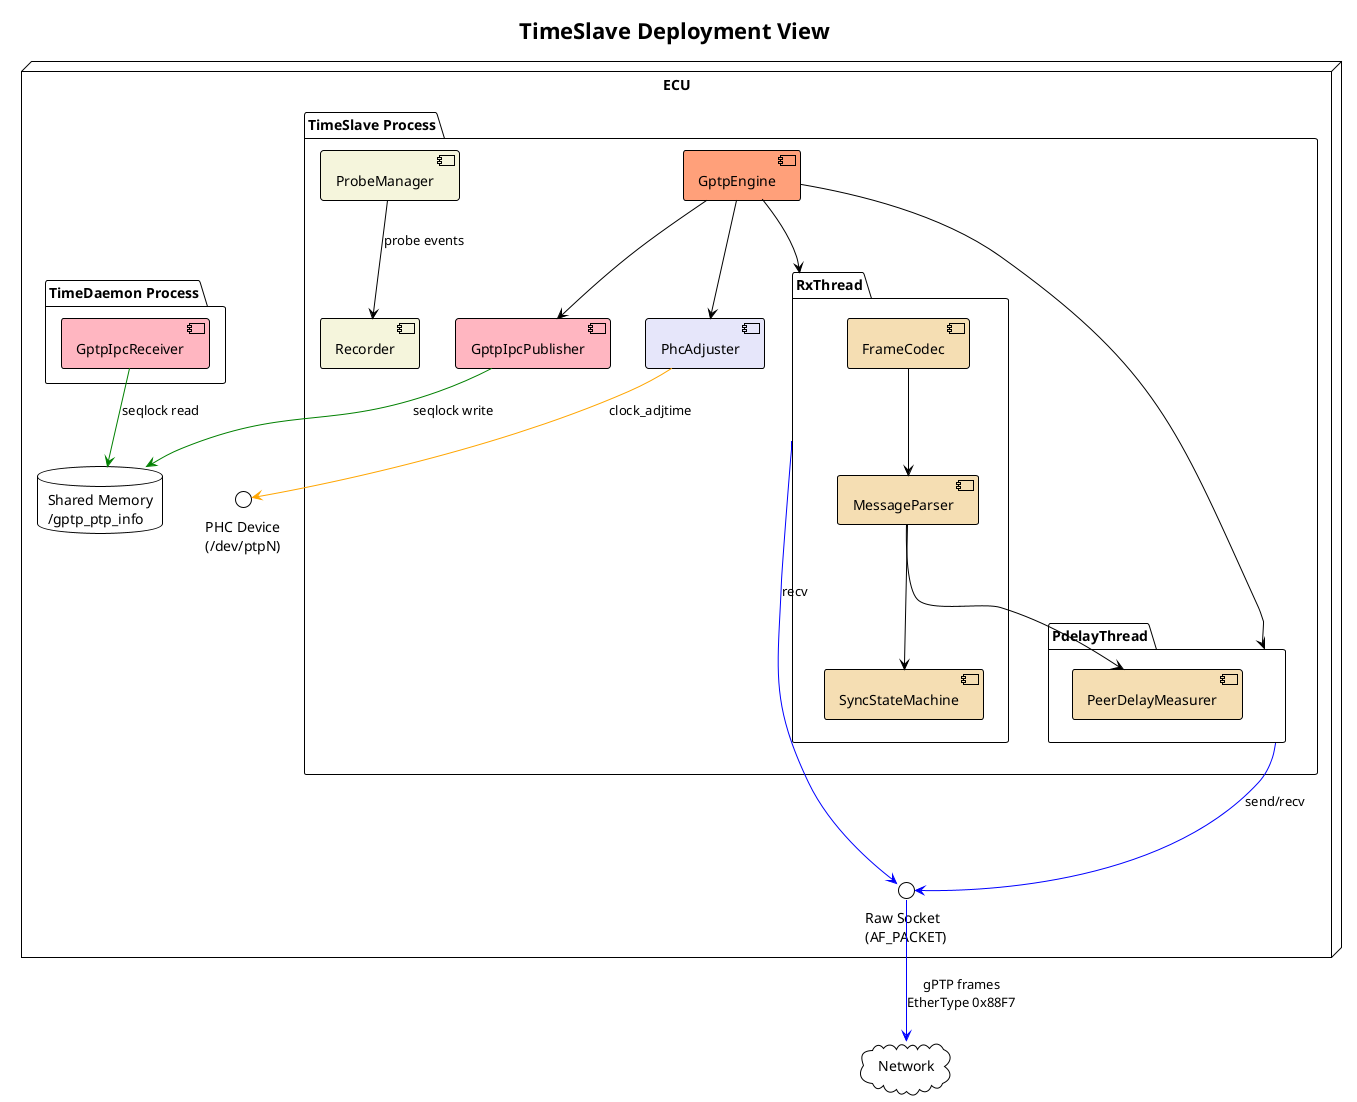
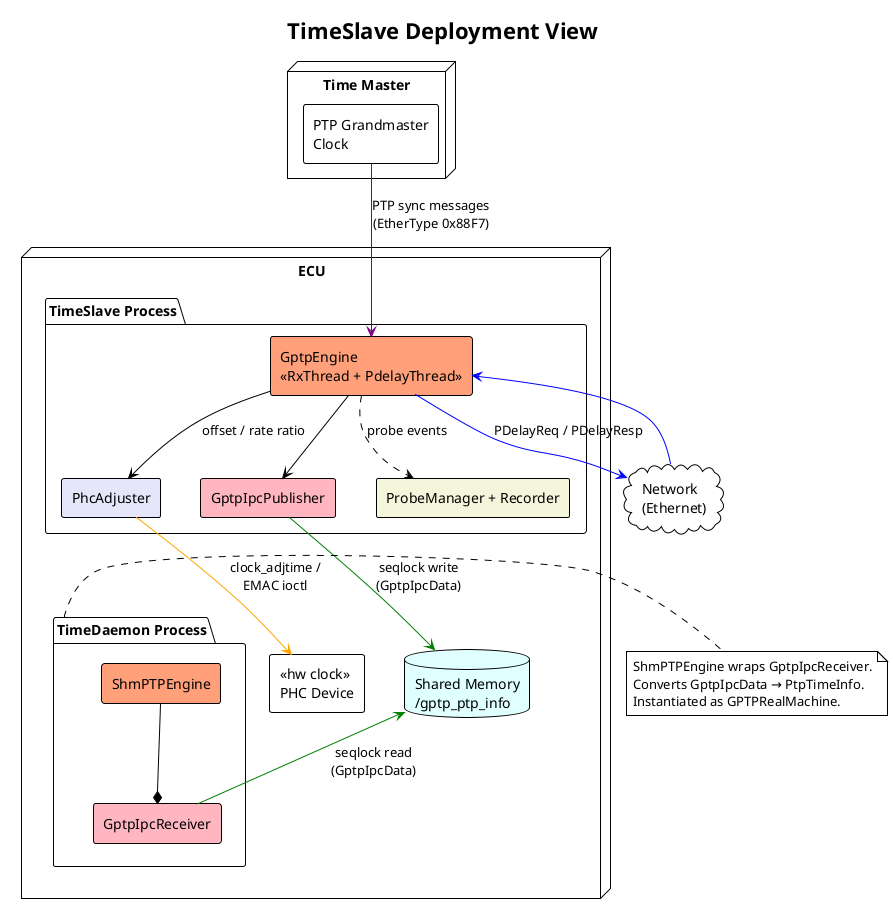
@startuml
!theme plain
+ skinparam nodesep 40
+ skinparam ranksep 50
+ skinparam componentStyle rectangle

title TimeSlave Deployment View

- node "ECU" {
+ node "Time Master" as TM {
+     component [PTP Grandmaster\nClock] as GMC
+ }
+ 
+ node "ECU" as ECU {
+ 
    package "TimeSlave Process" as TSP {
-         component [GptpEngine] as GE #LightSalmon
+         component [GptpEngine\n«RxThread + PdelayThread»] as GE #LightSalmon
+         component [PhcAdjuster] as PHC #Lavender
        component [GptpIpcPublisher] as PUB #LightPink
- 
-         package "RxThread" as RXT {
-             component [FrameCodec] as FC #Wheat
-             component [MessageParser] as MP #Wheat
-             component [SyncStateMachine] as SSM #Wheat
-         }
- 
-         package "PdelayThread" as PDT {
-             component [PeerDelayMeasurer] as PDM #Wheat
-         }
- 
-         component [PhcAdjuster] as PHC #Lavender
-         component [ProbeManager] as PM #Beige
-         component [Recorder] as REC #Beige
+         component [ProbeManager + Recorder] as INST #Beige
    }

+     component [«hw clock»\nPHC Device] as PHCDEV
+ 
+     database "Shared Memory\n/gptp_ptp_info" as SHM #LightCyan
+ 
    package "TimeDaemon Process" as TDP {
+         component [ShmPTPEngine] as SHME #LightSalmon
        component [GptpIpcReceiver] as RCV #LightPink
    }
- 
-     database "Shared Memory\n/gptp_ptp_info" as SHM
- 
-     interface "Raw Socket\n(AF_PACKET)" as SOCK
-     interface "PHC Device\n(/dev/ptpN)" as PHCDEV
}

- cloud "Network" as NET
+ cloud "Network\n(Ethernet)" as NET

- GE --> RXT
- GE --> PDT
- GE --> PHC
- GE --> PUB
+ ' Top-level flow
+ GMC -down[#purple]-> GE : PTP sync messages\n(EtherType 0x88F7)
+ GE -down[#blue]-> NET : PDelayReq / PDelayResp
+ NET -up[#blue]-> GE

- FC --> MP
- MP --> SSM
- MP --> PDM
+ ' Hardware clock adjustment
+ GE -down-> PHC : offset / rate ratio
+ PHC -down[#orange]-> PHCDEV : clock_adjtime /\nEMAC ioctl

- PUB -[#green]-> SHM : seqlock write
- RCV -[#green]-> SHM : seqlock read
+ ' Shared memory IPC
+ GE -down-> PUB
+ PUB -down[#green]-> SHM : seqlock write\n(GptpIpcData)
+ RCV -up[#green]-> SHM : seqlock read\n(GptpIpcData)

- RXT -[#blue]-> SOCK : recv
- PDT -[#blue]-> SOCK : send/recv
+ ' TimeDaemon internal
+ SHME -down-* RCV

- PHC -[#orange]-> PHCDEV : clock_adjtime
+ ' Instrumentation
+ GE .down.> INST : probe events

- SOCK -[#blue]-> NET : gPTP frames\nEtherType 0x88F7
- 
- PM --> REC : probe events
+ note right of TDP
+   ShmPTPEngine wraps GptpIpcReceiver.
+   Converts GptpIpcData → PtpTimeInfo.
+   Instantiated as GPTPRealMachine.
+ end note

@enduml
